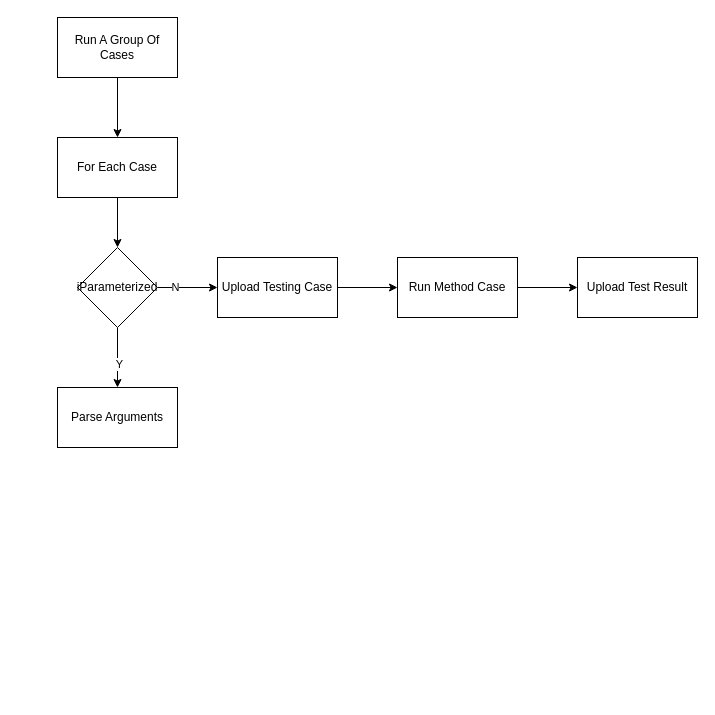
Before: page "DataDriven" (10 of 10) of App Automation 2.0.drawio in michellec2021/appium-demo, a draw.io diagram. Source tidied: cells renumbered, new cells numbered last; positions are measured from the earlier drawing's top-left corner, leaving out a move shared by most shapes. Both pictures are drawn from the tidied source at 100%, with x=0, y=0 at pixel (57, 17).
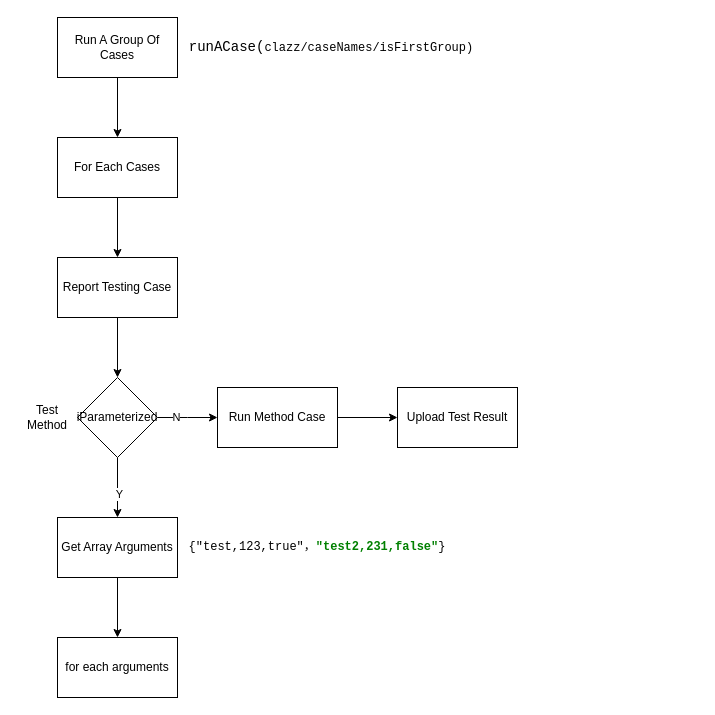
The same diagram, later.

Diff of the diagram source:
```diff
@@
-    <mxCell id="6" style="edgeStyle=orthogonalEdgeStyle;rounded=0;jettySize=auto;html=1;exitX=1;exitY=0.5;exitDx=0;exitDy=0;entryX=0;entryY=0.5;entryDx=0;entryDy=0;" parent="1" edge="1" source="8" target="16">
-      <mxGeometry relative="1" as="geometry" />
+    <mxCell id="6" style="edgeStyle=orthogonalEdgeStyle;rounded=0;jettySize=auto;html=1;exitX=1;exitY=0.5;exitDx=0;exitDy=0;entryX=0;entryY=0.5;entryDx=0;entryDy=0;" parent="1" edge="1" source="8">
+      <mxGeometry relative="1" as="geometry">
+        <mxPoint x="160" y="400" as="targetPoint" />
+      </mxGeometry>
     </mxCell>
@@
     <mxCell id="8" value="iParameterized" style="rhombus;whiteSpace=wrap;html=1;" parent="1" vertex="1">
-      <mxGeometry x="20" y="230" width="80" height="80" as="geometry" />
+      <mxGeometry x="20" y="360" width="80" height="80" as="geometry" />
     </mxCell>
@@
     <mxCell id="10" value="Run Method Case" style="whiteSpace=wrap;html=1;" parent="1" vertex="1">
-      <mxGeometry x="340" y="240" width="120" height="60" as="geometry" />
+      <mxGeometry x="160" y="370" width="120" height="60" as="geometry" />
     </mxCell>
+    <mxCell id="17" style="edgeStyle=orthogonalEdgeStyle;rounded=0;jettySize=auto;html=1;exitX=0.5;exitY=1;exitDx=0;exitDy=0;" parent="1" edge="1" source="11" target="24">
+      <mxGeometry relative="1" as="geometry" />
+    </mxCell>
-    <mxCell id="11" value="Parse Arguments" style="whiteSpace=wrap;html=1;" parent="1" vertex="1">
-      <mxGeometry y="370" width="120" height="60" as="geometry" />
+    <mxCell id="11" value="Get Array Arguments" style="whiteSpace=wrap;html=1;" parent="1" vertex="1">
+      <mxGeometry y="500" width="120" height="60" as="geometry" />
     </mxCell>
     <mxCell id="12" value="Upload Test Result" style="whiteSpace=wrap;html=1;" parent="1" vertex="1">
-      <mxGeometry x="520" y="240" width="120" height="60" as="geometry" />
+      <mxGeometry x="340" y="370" width="120" height="60" as="geometry" />
     </mxCell>
-    <mxCell id="13" style="edgeStyle=orthogonalEdgeStyle;rounded=0;jettySize=auto;html=1;exitX=0.5;exitY=1;exitDx=0;exitDy=0;entryX=0.5;entryY=0;entryDx=0;entryDy=0;" parent="1" edge="1" source="14" target="8">
-      <mxGeometry relative="1" as="geometry" />
-    </mxCell>
+    <mxCell id="18" style="edgeStyle=orthogonalEdgeStyle;rounded=0;jettySize=auto;html=1;exitX=0.5;exitY=1;exitDx=0;exitDy=0;entryX=0.5;entryY=0;entryDx=0;entryDy=0;" parent="1" edge="1" source="14" target="22">
+      <mxGeometry relative="1" as="geometry" />
+    </mxCell>
-    <mxCell id="14" value="For Each Case" style="rounded=0;whiteSpace=wrap;html=1;" parent="1" vertex="1">
+    <mxCell id="14" value="For Each Cases" style="rounded=0;whiteSpace=wrap;html=1;" parent="1" vertex="1">
       <mxGeometry y="120" width="120" height="60" as="geometry" />
     </mxCell>
-    <mxCell id="15" style="edgeStyle=orthogonalEdgeStyle;rounded=0;jettySize=auto;html=1;exitX=1;exitY=0.5;exitDx=0;exitDy=0;entryX=0;entryY=0.5;entryDx=0;entryDy=0;" parent="1" edge="1" source="16" target="10">
-      <mxGeometry relative="1" as="geometry" />
-    </mxCell>
-    <mxCell id="16" value="Upload Testing Case" style="whiteSpace=wrap;html=1;" parent="1" vertex="1">
-      <mxGeometry x="160" y="240" width="120" height="60" as="geometry" />
-    </mxCell>
+    <mxCell id="19" value="&lt;div style=&quot;background-color: rgb(255, 255, 255);&quot;&gt;&lt;pre style=&quot;font-family: &amp;quot;JetBrains Mono&amp;quot;, monospace;&quot;&gt;&lt;font style=&quot;font-size: 14px;&quot;&gt;runACase(&lt;/font&gt;clazz/caseNames/isFirstGroup)&lt;/pre&gt;&lt;/div&gt;" style="text;html=1;strokeColor=none;fillColor=none;align=center;verticalAlign=middle;whiteSpace=wrap;rounded=0;" parent="1" vertex="1">
+      <mxGeometry x="244" y="15" width="60" height="30" as="geometry" />
+    </mxCell>
+    <mxCell id="20" value="Test Method" style="text;html=1;strokeColor=none;fillColor=none;align=center;verticalAlign=middle;whiteSpace=wrap;rounded=0;" parent="1" vertex="1">
+      <mxGeometry x="-40" y="385" width="60" height="30" as="geometry" />
+    </mxCell>
+    <mxCell id="21" style="edgeStyle=orthogonalEdgeStyle;rounded=0;jettySize=auto;html=1;exitX=0.5;exitY=1;exitDx=0;exitDy=0;entryX=0.5;entryY=0;entryDx=0;entryDy=0;" parent="1" edge="1" source="22" target="8">
+      <mxGeometry relative="1" as="geometry" />
+    </mxCell>
+    <mxCell id="22" value="Report Testing Case" style="whiteSpace=wrap;html=1;" parent="1" vertex="1">
+      <mxGeometry y="240" width="120" height="60" as="geometry" />
+    </mxCell>
+    <mxCell id="23" value="&lt;div style=&quot;background-color: rgb(255, 255, 255);&quot;&gt;&lt;pre style=&quot;font-family: &amp;quot;JetBrains Mono&amp;quot;, monospace;&quot;&gt;&lt;font style=&quot;font-size: 12px;&quot;&gt;{&quot;test,123,true&quot;，&lt;span style=&quot;color: rgb(0, 128, 0); font-weight: bold;&quot;&gt;&quot;test2,231,false&quot;&lt;/span&gt;}&lt;/font&gt;&lt;/pre&gt;&lt;/div&gt;" style="text;html=1;strokeColor=none;fillColor=none;align=center;verticalAlign=middle;whiteSpace=wrap;rounded=0;" parent="1" vertex="1">
+      <mxGeometry x="230" y="515" width="60" height="30" as="geometry" />
+    </mxCell>
+    <mxCell id="24" value="for each arguments" style="rounded=0;whiteSpace=wrap;html=1;" parent="1" vertex="1">
+      <mxGeometry y="620" width="120" height="60" as="geometry" />
+    </mxCell>
```
